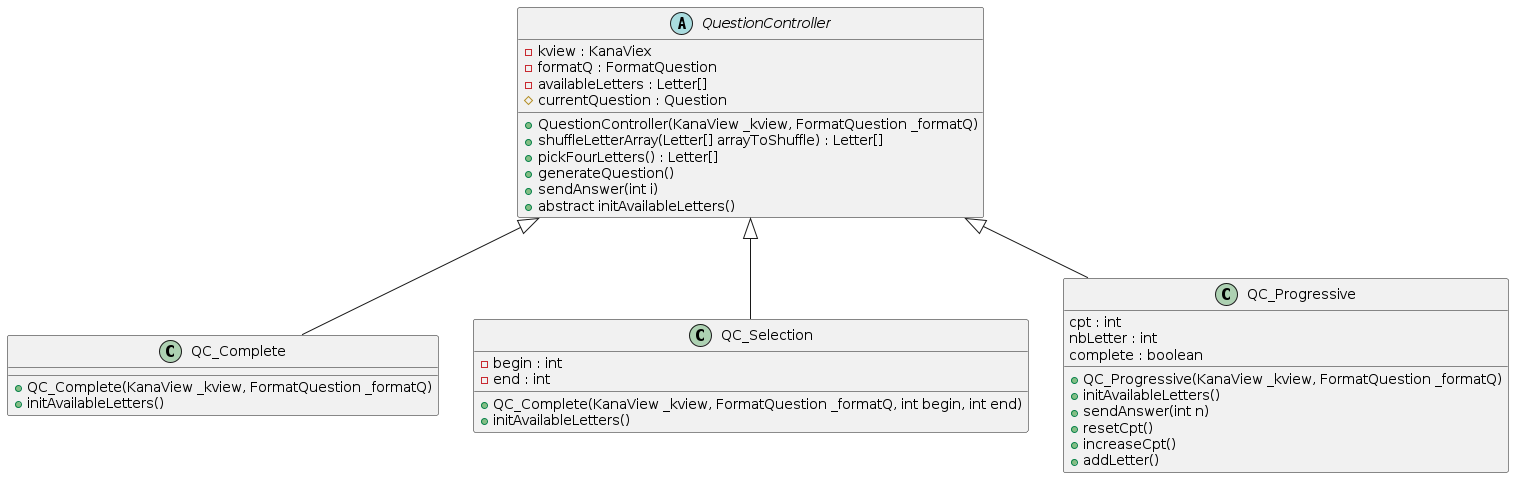
Earlier version of the PlantUML export uml/Controller.png (BaptisteGosselet/KanaWorld). Its diagram source:
```plantuml
@startuml

abstract class QuestionController {
    - kview : KanaViex
    - formatQ : FormatQuestion
    - availableLetters : Letter[]
    # currentQuestion : Question
    + QuestionController(KanaView _kview, FormatQuestion _formatQ)
    + shuffleLetterArray(Letter[] arrayToShuffle) : Letter[]
    + pickFourLetters() : Letter[]
    + generateQuestion()
    + sendAnswer(int i)
    + abstract initAvailableLetters()
}

class QC_Complete extends QuestionController {
    + QC_Complete(KanaView _kview, FormatQuestion _formatQ)
    + initAvailableLetters()
}

class QC_Selection extends QuestionController {
    - begin : int
    - end : int
    + QC_Complete(KanaView _kview, FormatQuestion _formatQ, int begin, int end)
    + initAvailableLetters()
}

class QC_Progressive extends QuestionController {
    cpt : int
    nbLetter : int
    complete : boolean
    + QC_Progressive(KanaView _kview, FormatQuestion _formatQ)
    + initAvailableLetters()
    + sendAnswer(int n)
    + resetCpt()
    + increaseCpt()
    + addLetter()
}

@enduml
```
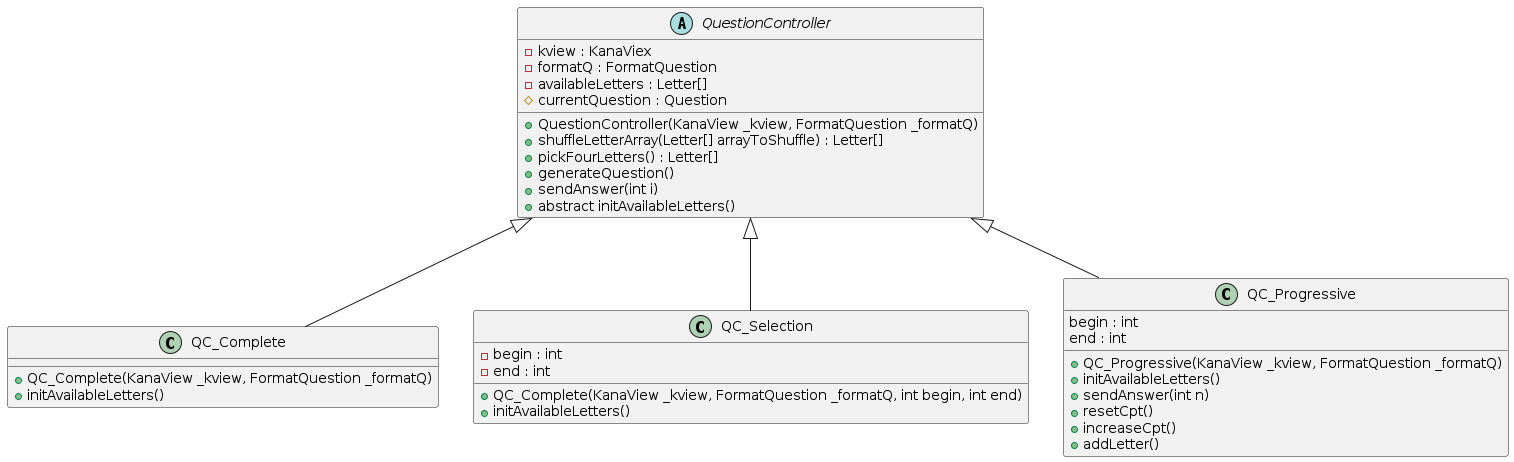
Above is the later version.

What changed in the source:
```diff
@@ -26,9 +26,8 @@
 }
 
 class QC_Progressive extends QuestionController {
-    cpt : int
-    nbLetter : int
-    complete : boolean
+    begin : int
+    end : int
     + QC_Progressive(KanaView _kview, FormatQuestion _formatQ)
     + initAvailableLetters()
     + sendAnswer(int n)
```
